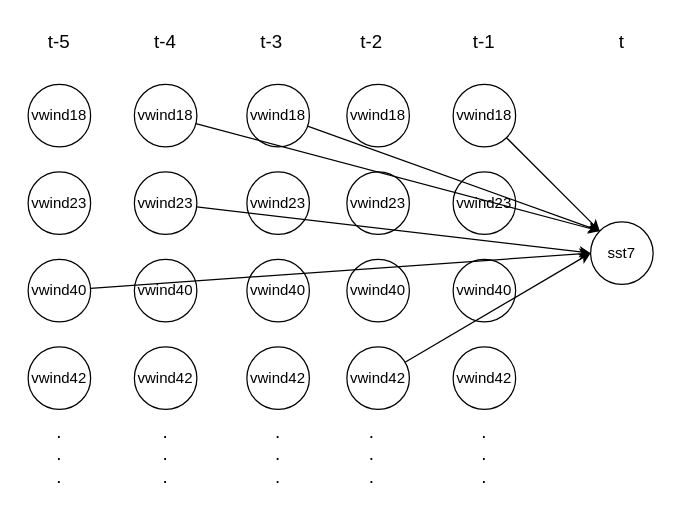
CourageJY/ENSO-CASUAL keeps this draw.io diagram as maps/theories/proposed/time_serials_casual_external_example.drawio. Above is the earlier version. Source tidied: cells renumbered, new cells numbered last; positions are measured from the earlier drawing's top-left corner, leaving out a move shared by most shapes. Both pictures are drawn from the tidied source at 125%, with x=0, y=0 at pixel (21, 21).
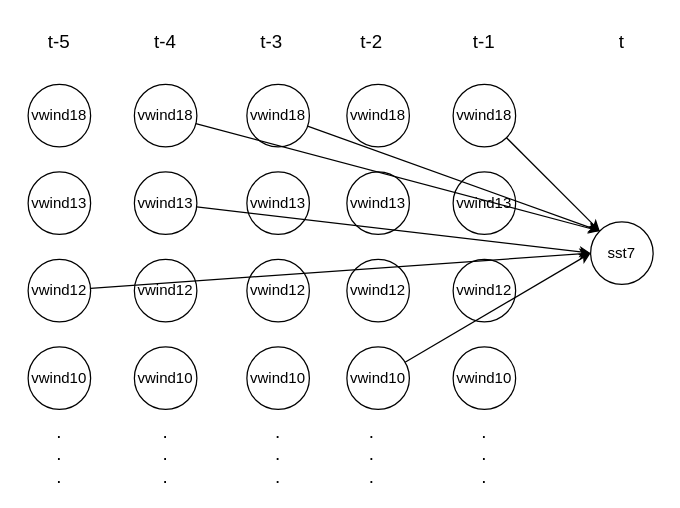
The same diagram, later.

Diff of the diagram source:
```diff
@@
-    <mxCell id="3" value="vwind23" style="ellipse;whiteSpace=wrap;html=1;" parent="1" vertex="1">
+    <mxCell id="3" value="vwind13" style="ellipse;whiteSpace=wrap;html=1;" parent="1" vertex="1">
       <mxGeometry x="5" y="120" width="50" height="50" as="geometry" />
     </mxCell>
-    <mxCell id="4" value="vwind40" style="ellipse;whiteSpace=wrap;html=1;" parent="1" vertex="1">
+    <mxCell id="4" value="vwind12" style="ellipse;whiteSpace=wrap;html=1;" parent="1" vertex="1">
       <mxGeometry x="5" y="190" width="50" height="50" as="geometry" />
     </mxCell>
-    <mxCell id="5" value="vwind42" style="ellipse;whiteSpace=wrap;html=1;" parent="1" vertex="1">
+    <mxCell id="5" value="vwind10" style="ellipse;whiteSpace=wrap;html=1;" parent="1" vertex="1">
       <mxGeometry x="5" y="260" width="50" height="50" as="geometry" />
     </mxCell>
@@
-    <mxCell id="7" value="vwind23" style="ellipse;whiteSpace=wrap;html=1;" parent="1" vertex="1">
+    <mxCell id="7" value="vwind13" style="ellipse;whiteSpace=wrap;html=1;" parent="1" vertex="1">
       <mxGeometry x="90" y="120" width="50" height="50" as="geometry" />
     </mxCell>
-    <mxCell id="8" value="vwind40" style="ellipse;whiteSpace=wrap;html=1;" parent="1" vertex="1">
+    <mxCell id="8" value="vwind12" style="ellipse;whiteSpace=wrap;html=1;" parent="1" vertex="1">
       <mxGeometry x="90" y="190" width="50" height="50" as="geometry" />
     </mxCell>
-    <mxCell id="9" value="vwind42" style="ellipse;whiteSpace=wrap;html=1;" parent="1" vertex="1">
+    <mxCell id="9" value="vwind10" style="ellipse;whiteSpace=wrap;html=1;" parent="1" vertex="1">
       <mxGeometry x="90" y="260" width="50" height="50" as="geometry" />
     </mxCell>
@@
-    <mxCell id="11" value="vwind23" style="ellipse;whiteSpace=wrap;html=1;" parent="1" vertex="1">
+    <mxCell id="11" value="vwind13" style="ellipse;whiteSpace=wrap;html=1;" parent="1" vertex="1">
       <mxGeometry x="180" y="120" width="50" height="50" as="geometry" />
     </mxCell>
-    <mxCell id="12" value="vwind40" style="ellipse;whiteSpace=wrap;html=1;" parent="1" vertex="1">
+    <mxCell id="12" value="vwind12" style="ellipse;whiteSpace=wrap;html=1;" parent="1" vertex="1">
       <mxGeometry x="180" y="190" width="50" height="50" as="geometry" />
     </mxCell>
-    <mxCell id="13" value="vwind42" style="ellipse;whiteSpace=wrap;html=1;" parent="1" vertex="1">
+    <mxCell id="13" value="vwind10" style="ellipse;whiteSpace=wrap;html=1;" parent="1" vertex="1">
       <mxGeometry x="180" y="260" width="50" height="50" as="geometry" />
     </mxCell>
@@
-    <mxCell id="15" value="vwind23" style="ellipse;whiteSpace=wrap;html=1;" parent="1" vertex="1">
+    <mxCell id="15" value="vwind13" style="ellipse;whiteSpace=wrap;html=1;" parent="1" vertex="1">
       <mxGeometry x="260" y="120" width="50" height="50" as="geometry" />
     </mxCell>
-    <mxCell id="16" value="vwind40" style="ellipse;whiteSpace=wrap;html=1;" parent="1" vertex="1">
+    <mxCell id="16" value="vwind12" style="ellipse;whiteSpace=wrap;html=1;" parent="1" vertex="1">
       <mxGeometry x="260" y="190" width="50" height="50" as="geometry" />
     </mxCell>
-    <mxCell id="17" value="vwind42" style="ellipse;whiteSpace=wrap;html=1;" parent="1" vertex="1">
+    <mxCell id="17" value="vwind10" style="ellipse;whiteSpace=wrap;html=1;" parent="1" vertex="1">
       <mxGeometry x="260" y="260" width="50" height="50" as="geometry" />
     </mxCell>
@@
-    <mxCell id="20" value="vwind23" style="ellipse;whiteSpace=wrap;html=1;" parent="1" vertex="1">
+    <mxCell id="20" value="vwind13" style="ellipse;whiteSpace=wrap;html=1;" parent="1" vertex="1">
       <mxGeometry x="345" y="120" width="50" height="50" as="geometry" />
     </mxCell>
-    <mxCell id="21" value="vwind40" style="ellipse;whiteSpace=wrap;html=1;" parent="1" vertex="1">
+    <mxCell id="21" value="vwind12" style="ellipse;whiteSpace=wrap;html=1;" parent="1" vertex="1">
       <mxGeometry x="345" y="190" width="50" height="50" as="geometry" />
     </mxCell>
-    <mxCell id="22" value="vwind42" style="ellipse;whiteSpace=wrap;html=1;" parent="1" vertex="1">
+    <mxCell id="22" value="vwind10" style="ellipse;whiteSpace=wrap;html=1;" parent="1" vertex="1">
       <mxGeometry x="345" y="260" width="50" height="50" as="geometry" />
     </mxCell>
```
